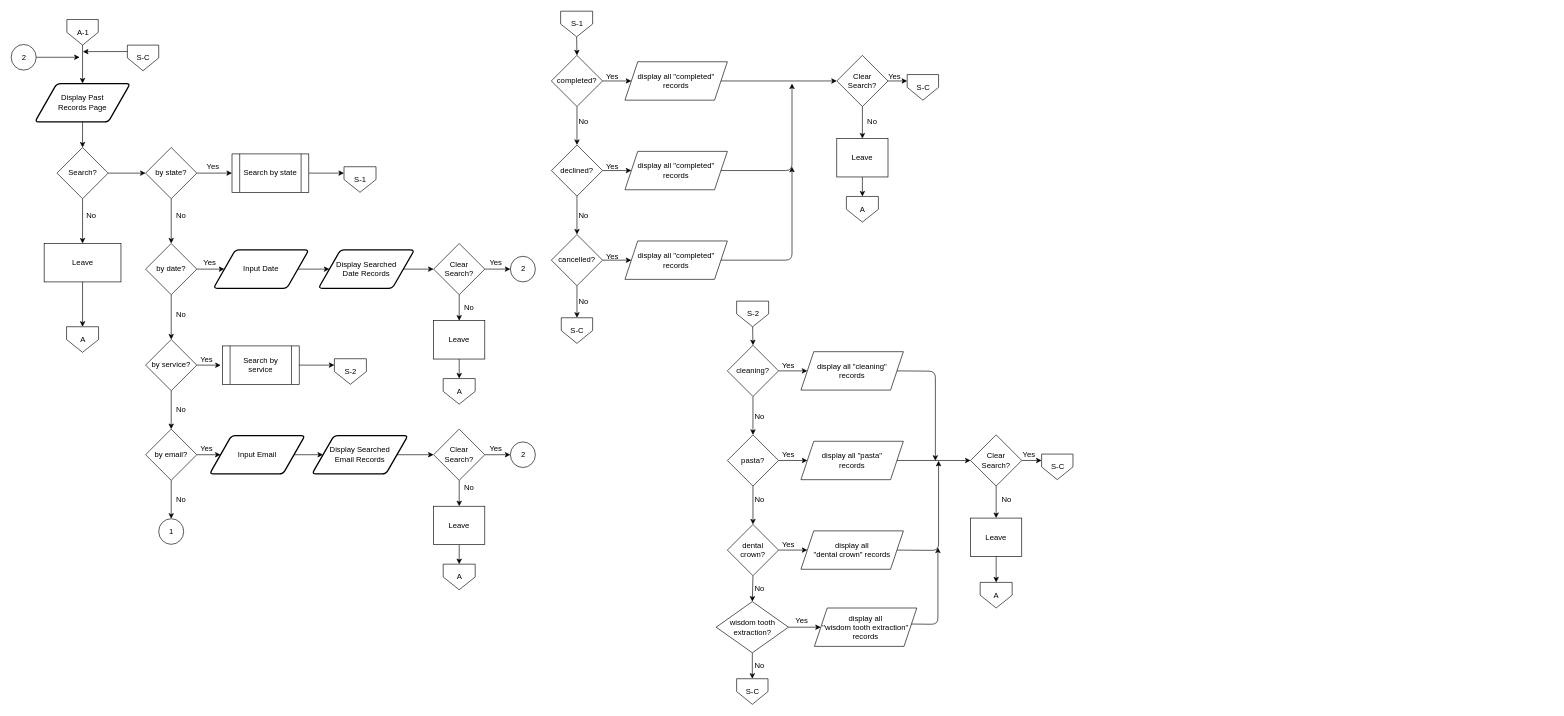
The draw.io diagram page "(A-2) Past Records" (4 of 9) of Flowchart.drawio in justpaulmiguel/Web1Proj, before the edit. Source tidied: cells renumbered, new cells numbered last; positions are measured from the earlier drawing's top-left corner, leaving out a move shared by most shapes. Both pictures are drawn from the tidied source at 64%, with x=0, y=0 at pixel (11, 11).
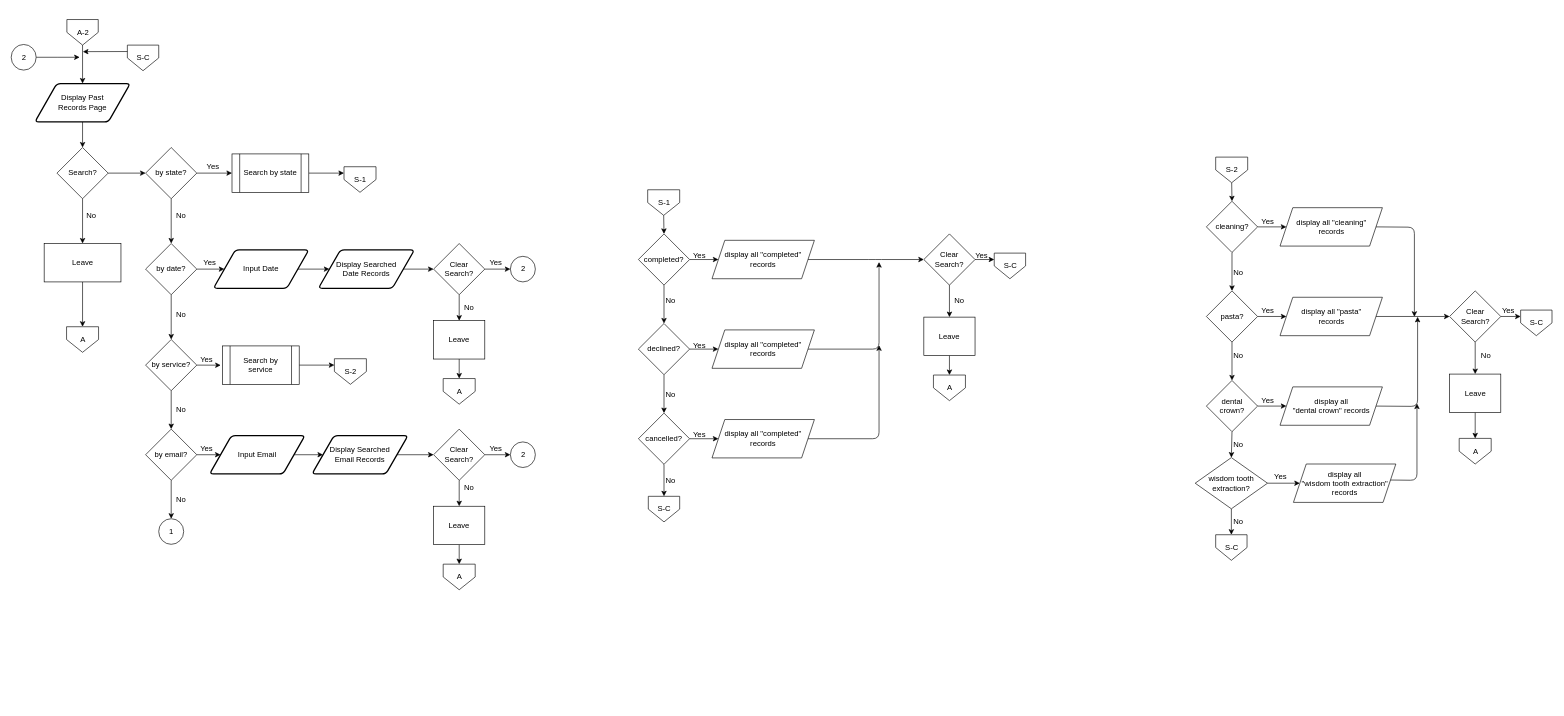
After the change.

Diff of the diagram source:
```diff
@@
-    <mxCell id="3" value="A-1" style="verticalLabelPosition=middle;verticalAlign=middle;html=1;shape=offPageConnector;rounded=0;size=0.5;labelPosition=center;align=center;" parent="1" vertex="1">
+    <mxCell id="3" value="A-2" style="verticalLabelPosition=middle;verticalAlign=middle;html=1;shape=offPageConnector;rounded=0;size=0.5;labelPosition=center;align=center;" parent="1" vertex="1">
       <mxGeometry x="87" y="13" width="49" height="40" as="geometry" />
     </mxCell>
@@
     <mxCell id="31" value="S-1" style="verticalLabelPosition=middle;verticalAlign=middle;html=1;shape=offPageConnector;rounded=0;size=0.5;labelPosition=center;align=center;" parent="1" vertex="1">
-      <mxGeometry x="858.5" width="50" height="40" as="geometry" />
+      <mxGeometry x="994.5" y="279" width="50" height="40" as="geometry" />
     </mxCell>
@@
     <mxCell id="34" value="completed?" style="rhombus;whiteSpace=wrap;html=1;" parent="1" vertex="1">
-      <mxGeometry x="844" y="69" width="80" height="80" as="geometry" />
+      <mxGeometry x="980" y="348" width="80" height="80" as="geometry" />
     </mxCell>
@@
     <mxCell id="37" value="declined?" style="rhombus;whiteSpace=wrap;html=1;" parent="1" vertex="1">
-      <mxGeometry x="844" y="209" width="80" height="80" as="geometry" />
+      <mxGeometry x="980" y="488" width="80" height="80" as="geometry" />
     </mxCell>
@@
     <mxCell id="40" value="cancelled?" style="rhombus;whiteSpace=wrap;html=1;" parent="1" vertex="1">
-      <mxGeometry x="844" y="349" width="80" height="80" as="geometry" />
+      <mxGeometry x="980" y="628" width="80" height="80" as="geometry" />
     </mxCell>
     <mxCell id="41" style="edgeStyle=none;html=1;exitX=1;exitY=0.5;exitDx=0;exitDy=0;entryX=0;entryY=0.5;entryDx=0;entryDy=0;" parent="1" edge="1" source="42" target="89">
       <mxGeometry relative="1" as="geometry">
         <Array as="points">
-          <mxPoint x="1214" y="109" />
+          <mxPoint x="1350" y="388" />
         </Array>
       </mxGeometry>
     </mxCell>
     <mxCell id="42" value="display all &quot;completed&quot;&lt;br&gt;records" style="shape=parallelogram;perimeter=parallelogramPerimeter;whiteSpace=wrap;html=1;fixedSize=1;" parent="1" vertex="1">
-      <mxGeometry x="959" y="79" width="160" height="60" as="geometry" />
+      <mxGeometry x="1095" y="358" width="160" height="60" as="geometry" />
     </mxCell>
@@
     <mxCell id="45" style="edgeStyle=none;html=1;exitX=1;exitY=0.5;exitDx=0;exitDy=0;" parent="1" edge="1" source="46">
       <mxGeometry relative="1" as="geometry">
-        <mxPoint x="1220" y="113" as="targetPoint" />
+        <mxPoint x="1356" y="392" as="targetPoint" />
         <Array as="points">
-          <mxPoint x="1220" y="249" />
+          <mxPoint x="1356" y="528" />
         </Array>
       </mxGeometry>
     </mxCell>
     <mxCell id="46" value="display all &quot;completed&quot;&lt;br&gt;records" style="shape=parallelogram;perimeter=parallelogramPerimeter;whiteSpace=wrap;html=1;fixedSize=1;" parent="1" vertex="1">
-      <mxGeometry x="959" y="219" width="160" height="60" as="geometry" />
+      <mxGeometry x="1095" y="498" width="160" height="60" as="geometry" />
     </mxCell>
     <mxCell id="47" style="edgeStyle=none;html=1;exitX=1;exitY=0.5;exitDx=0;exitDy=0;" parent="1" edge="1" source="48">
       <mxGeometry relative="1" as="geometry">
-        <mxPoint x="1220" y="243" as="targetPoint" />
+        <mxPoint x="1356" y="522" as="targetPoint" />
         <Array as="points">
-          <mxPoint x="1220" y="389" />
+          <mxPoint x="1356" y="668" />
         </Array>
       </mxGeometry>
     </mxCell>
     <mxCell id="48" value="display all &quot;completed&quot;&lt;br&gt;records" style="shape=parallelogram;perimeter=parallelogramPerimeter;whiteSpace=wrap;html=1;fixedSize=1;" parent="1" vertex="1">
-      <mxGeometry x="959" y="359" width="160" height="60" as="geometry" />
+      <mxGeometry x="1095" y="638" width="160" height="60" as="geometry" />
     </mxCell>
     <mxCell id="49" value="S-C" style="verticalLabelPosition=middle;verticalAlign=middle;html=1;shape=offPageConnector;rounded=0;size=0.5;labelPosition=center;align=center;" parent="1" vertex="1">
-      <mxGeometry x="859.5" y="479" width="49" height="40" as="geometry" />
+      <mxGeometry x="995.5" y="758" width="49" height="40" as="geometry" />
     </mxCell>
@@
     <mxCell id="58" value="S-2" style="verticalLabelPosition=middle;verticalAlign=middle;html=1;shape=offPageConnector;rounded=0;size=0.5;labelPosition=center;align=center;" parent="1" vertex="1">
-      <mxGeometry x="1133.5" y="453" width="50" height="40" as="geometry" />
+      <mxGeometry x="1882" y="228" width="50" height="40" as="geometry" />
     </mxCell>
@@
     <mxCell id="61" value="cleaning?" style="rhombus;whiteSpace=wrap;html=1;" parent="1" vertex="1">
-      <mxGeometry x="1119" y="522" width="80" height="80" as="geometry" />
+      <mxGeometry x="1867.5" y="297" width="80" height="80" as="geometry" />
     </mxCell>
@@
     <mxCell id="64" value="pasta?" style="rhombus;whiteSpace=wrap;html=1;" parent="1" vertex="1">
-      <mxGeometry x="1119" y="662" width="80" height="80" as="geometry" />
+      <mxGeometry x="1867.5" y="437" width="80" height="80" as="geometry" />
     </mxCell>
@@
     <mxCell id="67" value="dental&lt;br&gt;crown?" style="rhombus;whiteSpace=wrap;html=1;" parent="1" vertex="1">
-      <mxGeometry x="1119" y="802" width="80" height="80" as="geometry" />
+      <mxGeometry x="1867.5" y="577" width="80" height="80" as="geometry" />
     </mxCell>
     <mxCell id="68" style="edgeStyle=none;html=1;exitX=1;exitY=0.5;exitDx=0;exitDy=0;" parent="1" edge="1" source="69">
       <mxGeometry relative="1" as="geometry">
-        <mxPoint x="1444" y="702.5" as="targetPoint" />
+        <mxPoint x="2192.5" y="477.5" as="targetPoint" />
         <Array as="points">
-          <mxPoint x="1444" y="562.5" />
+          <mxPoint x="2192.5" y="337.5" />
         </Array>
       </mxGeometry>
     </mxCell>
     <mxCell id="69" value="display all &quot;cleaning&quot;&lt;br&gt;records" style="shape=parallelogram;perimeter=parallelogramPerimeter;whiteSpace=wrap;html=1;fixedSize=1;" parent="1" vertex="1">
-      <mxGeometry x="1234" y="532" width="160" height="60" as="geometry" />
+      <mxGeometry x="1982.5" y="307" width="160" height="60" as="geometry" />
     </mxCell>
@@
     <mxCell id="71" value="display all &quot;pasta&quot;&lt;br&gt;records" style="shape=parallelogram;perimeter=parallelogramPerimeter;whiteSpace=wrap;html=1;fixedSize=1;" parent="1" vertex="1">
-      <mxGeometry x="1234" y="672" width="160" height="60" as="geometry" />
+      <mxGeometry x="1982.5" y="447" width="160" height="60" as="geometry" />
     </mxCell>
     <mxCell id="72" style="edgeStyle=none;html=1;exitX=1;exitY=0.5;exitDx=0;exitDy=0;" parent="1" edge="1" source="73">
       <mxGeometry relative="1" as="geometry">
-        <mxPoint x="1449" y="702.5" as="targetPoint" />
+        <mxPoint x="2197.5" y="477.5" as="targetPoint" />
         <Array as="points">
-          <mxPoint x="1449" y="842.5" />
+          <mxPoint x="2197.5" y="617.5" />
         </Array>
       </mxGeometry>
     </mxCell>
     <mxCell id="73" value="display all &lt;br&gt;&quot;dental crown&quot; records" style="shape=parallelogram;perimeter=parallelogramPerimeter;whiteSpace=wrap;html=1;fixedSize=1;" parent="1" vertex="1">
-      <mxGeometry x="1234" y="812" width="160" height="60" as="geometry" />
+      <mxGeometry x="1982.5" y="587" width="160" height="60" as="geometry" />
     </mxCell>
@@
     <mxCell id="86" value="Leave" style="rounded=0;whiteSpace=wrap;html=1;" parent="1" vertex="1">
-      <mxGeometry x="1290" y="199" width="80" height="60" as="geometry" />
+      <mxGeometry x="1426" y="478" width="80" height="60" as="geometry" />
     </mxCell>
@@
     <mxCell id="89" value="Clear&lt;br&gt;Search?" style="rhombus;whiteSpace=wrap;html=1;" parent="1" vertex="1">
-      <mxGeometry x="1290" y="69" width="80" height="80" as="geometry" />
+      <mxGeometry x="1426" y="348" width="80" height="80" as="geometry" />
     </mxCell>
     <mxCell id="90" value="A" style="verticalLabelPosition=middle;verticalAlign=middle;html=1;shape=offPageConnector;rounded=0;size=0.5;labelPosition=center;align=center;" parent="1" vertex="1">
-      <mxGeometry x="1305" y="289.5" width="50" height="40" as="geometry" />
+      <mxGeometry x="1441" y="568.5" width="50" height="40" as="geometry" />
     </mxCell>
@@
     <mxCell id="99" value="Leave" style="rounded=0;whiteSpace=wrap;html=1;" parent="1" vertex="1">
-      <mxGeometry x="1499" y="792" width="80" height="60" as="geometry" />
+      <mxGeometry x="2247.5" y="567" width="80" height="60" as="geometry" />
     </mxCell>
@@
     <mxCell id="102" value="Clear&lt;br&gt;Search?" style="rhombus;whiteSpace=wrap;html=1;" parent="1" vertex="1">
-      <mxGeometry x="1499" y="662" width="80" height="80" as="geometry" />
+      <mxGeometry x="2247.5" y="437" width="80" height="80" as="geometry" />
     </mxCell>
     <mxCell id="103" value="A" style="verticalLabelPosition=middle;verticalAlign=middle;html=1;shape=offPageConnector;rounded=0;size=0.5;labelPosition=center;align=center;" parent="1" vertex="1">
-      <mxGeometry x="1514" y="892.5" width="50" height="40" as="geometry" />
+      <mxGeometry x="2262.5" y="667.5" width="50" height="40" as="geometry" />
     </mxCell>
@@
     <mxCell id="106" value="wisdom tooth&lt;br&gt;extraction?" style="rhombus;whiteSpace=wrap;html=1;" parent="1" vertex="1">
-      <mxGeometry x="1101.5" y="922.5" width="113" height="80" as="geometry" />
+      <mxGeometry x="1850" y="697.5" width="113" height="80" as="geometry" />
     </mxCell>
     <mxCell id="107" style="edgeStyle=none;html=1;exitX=1;exitY=0.5;exitDx=0;exitDy=0;" parent="1" edge="1">
       <mxGeometry relative="1" as="geometry">
-        <mxPoint x="1403" y="957.5" as="sourcePoint" />
-        <mxPoint x="1448" y="838" as="targetPoint" />
+        <mxPoint x="2151.5" y="732.5" as="sourcePoint" />
+        <mxPoint x="2196.5" y="613" as="targetPoint" />
         <Array as="points">
-          <mxPoint x="1448" y="958" />
+          <mxPoint x="2196.5" y="733" />
         </Array>
       </mxGeometry>
     </mxCell>
     <mxCell id="108" value="display all &lt;br&gt;&quot;wisdom tooth extraction&quot;&lt;br&gt;records" style="shape=parallelogram;perimeter=parallelogramPerimeter;whiteSpace=wrap;html=1;fixedSize=1;" parent="1" vertex="1">
-      <mxGeometry x="1255" y="932.5" width="160" height="60" as="geometry" />
+      <mxGeometry x="2003.5" y="707.5" width="160" height="60" as="geometry" />
     </mxCell>
     <mxCell id="109" value="S-C" style="verticalLabelPosition=middle;verticalAlign=middle;html=1;shape=offPageConnector;rounded=0;size=0.5;labelPosition=center;align=center;" parent="1" vertex="1">
-      <mxGeometry x="1400" y="99" width="49" height="40" as="geometry" />
+      <mxGeometry x="1536" y="378" width="49" height="40" as="geometry" />
     </mxCell>
     <mxCell id="110" value="S-C" style="verticalLabelPosition=middle;verticalAlign=middle;html=1;shape=offPageConnector;rounded=0;size=0.5;labelPosition=center;align=center;" parent="1" vertex="1">
-      <mxGeometry x="1610" y="692" width="49" height="40" as="geometry" />
+      <mxGeometry x="2358.5" y="467" width="49" height="40" as="geometry" />
     </mxCell>
     <mxCell id="111" value="S-C" style="verticalLabelPosition=middle;verticalAlign=middle;html=1;shape=offPageConnector;rounded=0;size=0.5;labelPosition=center;align=center;" parent="1" vertex="1">
-      <mxGeometry x="1133.5" y="1043" width="49" height="40" as="geometry" />
+      <mxGeometry x="1882" y="818" width="49" height="40" as="geometry" />
     </mxCell>
@@
     <mxCell id="125" value="Yes" style="text;html=1;align=center;verticalAlign=middle;strokeColor=none;fillColor=none;" parent="1" vertex="1">
-      <mxGeometry x="919" y="93" width="40" height="20" as="geometry" />
+      <mxGeometry x="1055" y="372" width="40" height="20" as="geometry" />
     </mxCell>
     <mxCell id="126" value="Yes" style="text;html=1;align=center;verticalAlign=middle;strokeColor=none;fillColor=none;" parent="1" vertex="1">
-      <mxGeometry x="919" y="233" width="40" height="20" as="geometry" />
+      <mxGeometry x="1055" y="512" width="40" height="20" as="geometry" />
     </mxCell>
     <mxCell id="127" value="Yes" style="text;html=1;align=center;verticalAlign=middle;strokeColor=none;fillColor=none;" parent="1" vertex="1">
-      <mxGeometry x="919" y="373" width="40" height="20" as="geometry" />
+      <mxGeometry x="1055" y="652" width="40" height="20" as="geometry" />
     </mxCell>
     <mxCell id="128" value="Yes" style="text;html=1;align=center;verticalAlign=middle;strokeColor=none;fillColor=none;" parent="1" vertex="1">
-      <mxGeometry x="1194" y="543.5" width="40" height="20" as="geometry" />
+      <mxGeometry x="1942.5" y="318.5" width="40" height="20" as="geometry" />
     </mxCell>
     <mxCell id="129" value="Yes" style="text;html=1;align=center;verticalAlign=middle;strokeColor=none;fillColor=none;" parent="1" vertex="1">
-      <mxGeometry x="1194" y="683" width="40" height="20" as="geometry" />
+      <mxGeometry x="1942.5" y="458" width="40" height="20" as="geometry" />
     </mxCell>
     <mxCell id="130" value="Yes" style="text;html=1;align=center;verticalAlign=middle;strokeColor=none;fillColor=none;" parent="1" vertex="1">
-      <mxGeometry x="1194" y="823" width="40" height="20" as="geometry" />
+      <mxGeometry x="1942.5" y="598" width="40" height="20" as="geometry" />
     </mxCell>
     <mxCell id="131" value="Yes" style="text;html=1;align=center;verticalAlign=middle;strokeColor=none;fillColor=none;" parent="1" vertex="1">
-      <mxGeometry x="1214.5" y="943" width="40" height="20" as="geometry" />
+      <mxGeometry x="1963" y="718" width="40" height="20" as="geometry" />
     </mxCell>
     <mxCell id="132" value="Yes" style="text;html=1;align=center;verticalAlign=middle;strokeColor=none;fillColor=none;" parent="1" vertex="1">
-      <mxGeometry x="1570" y="683" width="40" height="20" as="geometry" />
+      <mxGeometry x="2318.5" y="458" width="40" height="20" as="geometry" />
     </mxCell>
     <mxCell id="133" value="Yes" style="text;html=1;align=center;verticalAlign=middle;strokeColor=none;fillColor=none;" parent="1" vertex="1">
-      <mxGeometry x="1360" y="93" width="40" height="20" as="geometry" />
+      <mxGeometry x="1496" y="372" width="40" height="20" as="geometry" />
     </mxCell>
     <mxCell id="134" value="No" style="text;html=1;align=center;verticalAlign=middle;strokeColor=none;fillColor=none;" parent="1" vertex="1">
-      <mxGeometry x="878.5" y="443.5" width="30" height="20" as="geometry" />
+      <mxGeometry x="1014.5" y="722.5" width="30" height="20" as="geometry" />
     </mxCell>
     <mxCell id="135" value="No" style="text;html=1;align=center;verticalAlign=middle;strokeColor=none;fillColor=none;" parent="1" vertex="1">
-      <mxGeometry x="878.5" y="309.5" width="30" height="20" as="geometry" />
+      <mxGeometry x="1014.5" y="588.5" width="30" height="20" as="geometry" />
     </mxCell>
     <mxCell id="136" value="No" style="text;html=1;align=center;verticalAlign=middle;strokeColor=none;fillColor=none;" parent="1" vertex="1">
-      <mxGeometry x="878.5" y="163" width="30" height="20" as="geometry" />
+      <mxGeometry x="1014.5" y="442" width="30" height="20" as="geometry" />
     </mxCell>
     <mxCell id="137" value="No" style="text;html=1;align=center;verticalAlign=middle;strokeColor=none;fillColor=none;" parent="1" vertex="1">
-      <mxGeometry x="1330" y="163" width="30" height="20" as="geometry" />
+      <mxGeometry x="1466" y="442" width="30" height="20" as="geometry" />
     </mxCell>
     <mxCell id="138" value="No" style="text;html=1;align=center;verticalAlign=middle;strokeColor=none;fillColor=none;" parent="1" vertex="1">
-      <mxGeometry x="1153.5" y="623" width="30" height="20" as="geometry" />
+      <mxGeometry x="1902" y="398" width="30" height="20" as="geometry" />
     </mxCell>
     <mxCell id="139" value="No" style="text;html=1;align=center;verticalAlign=middle;strokeColor=none;fillColor=none;" parent="1" vertex="1">
-      <mxGeometry x="1153.5" y="753.5" width="30" height="20" as="geometry" />
+      <mxGeometry x="1902" y="528.5" width="30" height="20" as="geometry" />
     </mxCell>
     <mxCell id="140" value="No" style="text;html=1;align=center;verticalAlign=middle;strokeColor=none;fillColor=none;" parent="1" vertex="1">
-      <mxGeometry x="1153.5" y="892.5" width="30" height="20" as="geometry" />
+      <mxGeometry x="1902" y="667.5" width="30" height="20" as="geometry" />
     </mxCell>
     <mxCell id="141" value="No" style="text;html=1;align=center;verticalAlign=middle;strokeColor=none;fillColor=none;" parent="1" vertex="1">
-      <mxGeometry x="1153.5" y="1013" width="30" height="20" as="geometry" />
+      <mxGeometry x="1902" y="788" width="30" height="20" as="geometry" />
     </mxCell>
     <mxCell id="142" value="No" style="text;html=1;align=center;verticalAlign=middle;strokeColor=none;fillColor=none;" parent="1" vertex="1">
-      <mxGeometry x="1540" y="753.5" width="30" height="20" as="geometry" />
+      <mxGeometry x="2288.5" y="528.5" width="30" height="20" as="geometry" />
     </mxCell>
```
